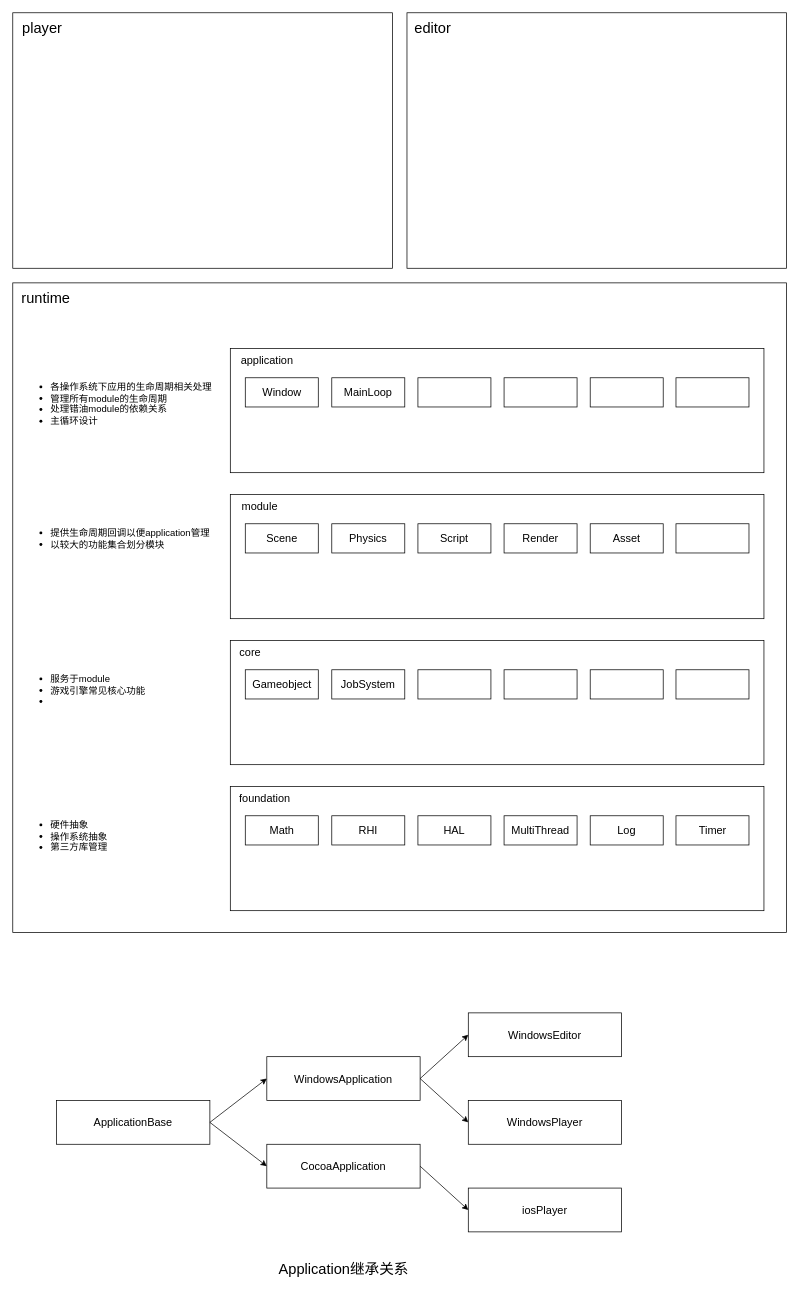
This is page "引擎功能架构" (1 of 3) of Document/mikasa engine architecture.drawio from xiaoshichang/mikasa, a draw.io file, before an edit. Source tidied: cells renumbered, new cells numbered last; positions are measured from the earlier drawing's top-left corner, leaving out a move shared by most shapes. Both pictures are drawn from the tidied source at 73%, with x=0, y=0 at pixel (12, 12).
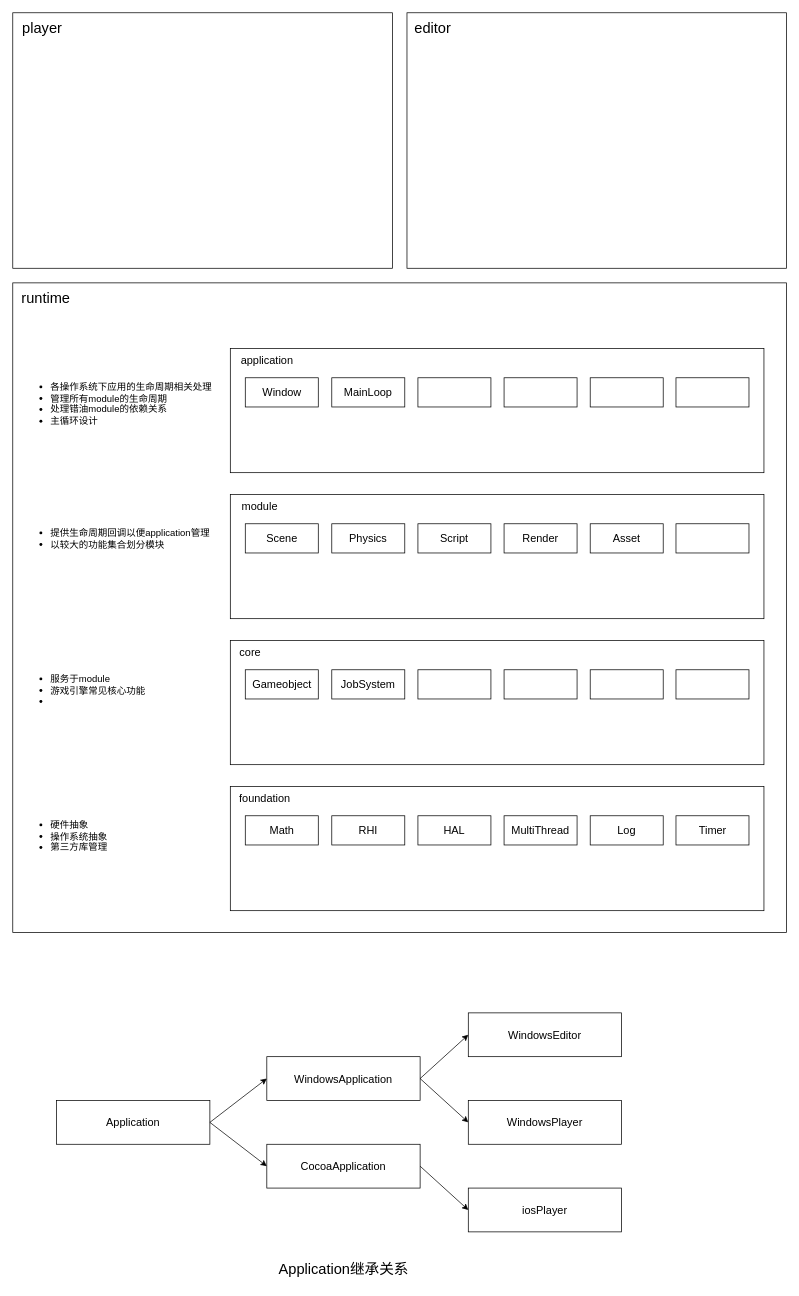
The same diagram, later.

Change to the diagram source:
```diff
@@
-    <mxCell id="48" value="ApplicationBase" style="rounded=0;whiteSpace=wrap;html=1;fontSize=15;" parent="1" vertex="1">
+    <mxCell id="48" value="Application" style="rounded=0;whiteSpace=wrap;html=1;fontSize=15;" parent="1" vertex="1">
       <mxGeometry x="60" y="1490" width="210" height="60" as="geometry" />
     </mxCell>
```
